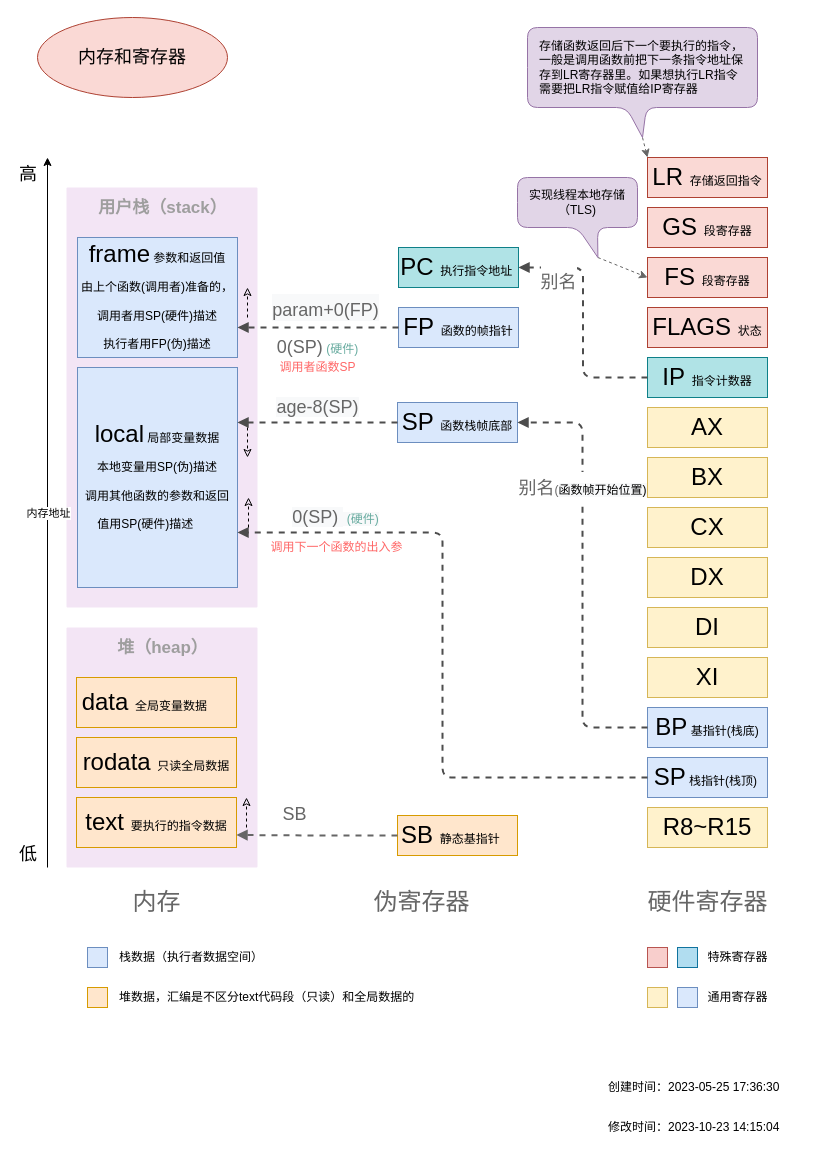
The draw.io diagram 运行原理图解源文件/Golang内存和寄存器.drawio in fire1220/annotation-go1.16.14, before the edit. Source tidied: cells renumbered, new cells numbered last; positions are measured from the earlier drawing's top-left corner, leaving out a move shared by most shapes. Both pictures are drawn from the tidied source at 100%, with x=0, y=0 at pixel (37, 17).
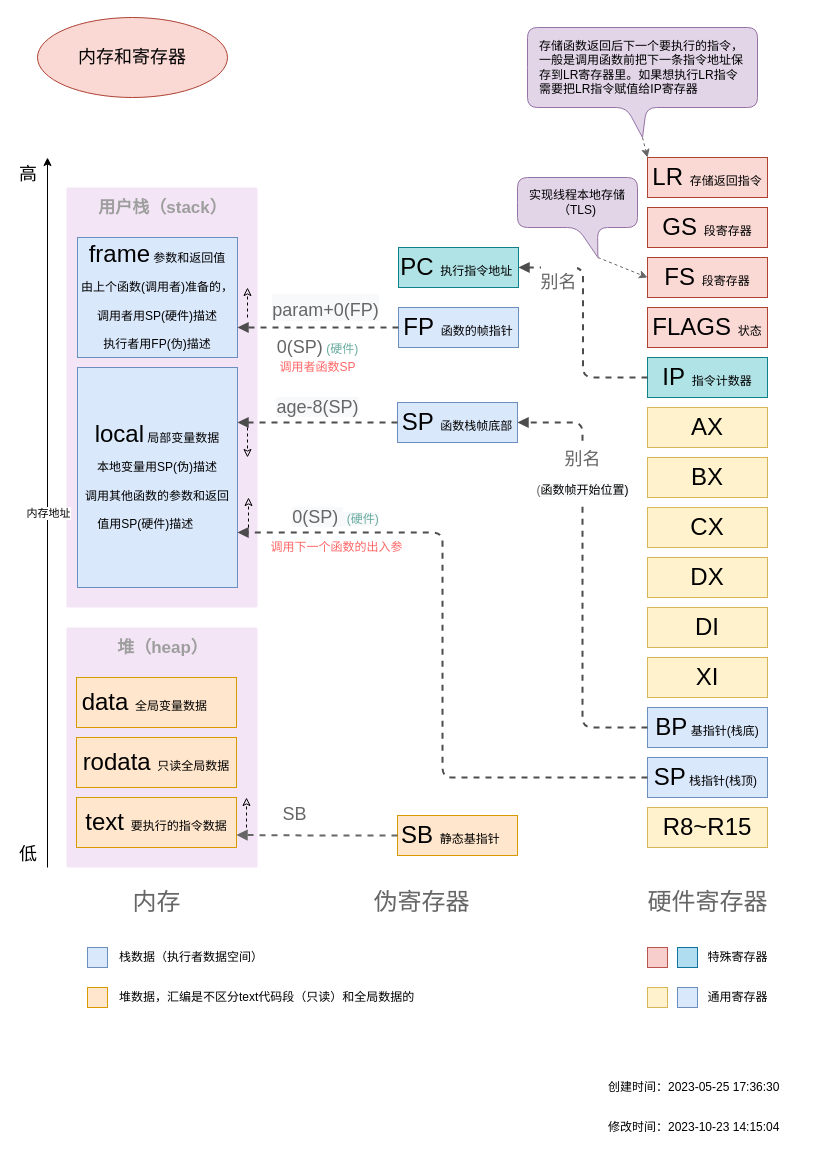
After the change.

Commit message (it also covers changes not shown here):
内存和寄存器图

The change refers to these unchanged cells:
```xml
<mxCell id="9" value="BP&lt;font style=&quot;font-size: 12px&quot;&gt;&amp;nbsp;&lt;/font&gt;&lt;font style=&quot;font-size: 12px&quot;&gt;&lt;font style=&quot;font-size: 12px&quot;&gt;&lt;font style=&quot;font-size: 12px&quot;&gt;基指针(&lt;/font&gt;栈底)&lt;/font&gt;&lt;br&gt;&lt;/font&gt;" style="whiteSpace=wrap;html=1;fontSize=24;fillColor=#dae8fc;strokeColor=#6c8ebf;" parent="1" vertex="1">
  <mxGeometry x="610" y="690" width="120" height="40" as="geometry" />
</mxCell>
<mxCell id="22" value="SP&amp;nbsp;&lt;font style=&quot;font-size: 12px&quot;&gt;函数栈帧底部&lt;/font&gt;" style="whiteSpace=wrap;html=1;fontSize=24;fillColor=#dae8fc;strokeColor=#6c8ebf;" parent="1" vertex="1">
  <mxGeometry x="360" y="385" width="120" height="40" as="geometry" />
</mxCell>
```

Change to the diagram source:
```diff
@@
-    <mxCell id="29" value="&lt;span style=&quot;font-size: 18px&quot;&gt;别名&lt;/span&gt;&lt;font style=&quot;font-size: 12px&quot;&gt;(&lt;/font&gt;&lt;font style=&quot;font-size: 12px&quot;&gt;&lt;span style=&quot;color: rgb(0 , 0 , 0) ; background-color: rgb(248 , 249 , 250)&quot;&gt;函数帧开始位置)&lt;/span&gt;&lt;br&gt;&lt;/font&gt;" style="html=1;verticalAlign=bottom;endArrow=block;shadow=0;edgeStyle=orthogonalEdgeStyle;dashed=1;fontSize=24;fontColor=#666;strokeColor=#4D4D4D;strokeWidth=2;exitX=0;exitY=0.5;exitDx=0;exitDy=0;entryX=1;entryY=0.5;entryDx=0;entryDy=0;" parent="1" edge="1" source="9" target="22">
+    <mxCell id="29" value="&lt;span style=&quot;font-size: 18px&quot;&gt;别名&lt;br&gt;&lt;/span&gt;&lt;font style=&quot;font-size: 12px&quot;&gt;(&lt;/font&gt;&lt;font style=&quot;font-size: 12px&quot;&gt;&lt;span style=&quot;color: rgb(0 , 0 , 0) ; background-color: rgb(248 , 249 , 250)&quot;&gt;函数帧开始位置)&lt;/span&gt;&lt;br&gt;&lt;/font&gt;" style="html=1;verticalAlign=bottom;endArrow=block;shadow=0;edgeStyle=orthogonalEdgeStyle;dashed=1;fontSize=24;fontColor=#666;strokeColor=#4D4D4D;strokeWidth=2;exitX=0;exitY=0.5;exitDx=0;exitDy=0;entryX=1;entryY=0.5;entryDx=0;entryDy=0;" parent="1" edge="1" source="9" target="22">
       <mxGeometry x="0.33" relative="1" as="geometry" />
     </mxCell>
```
